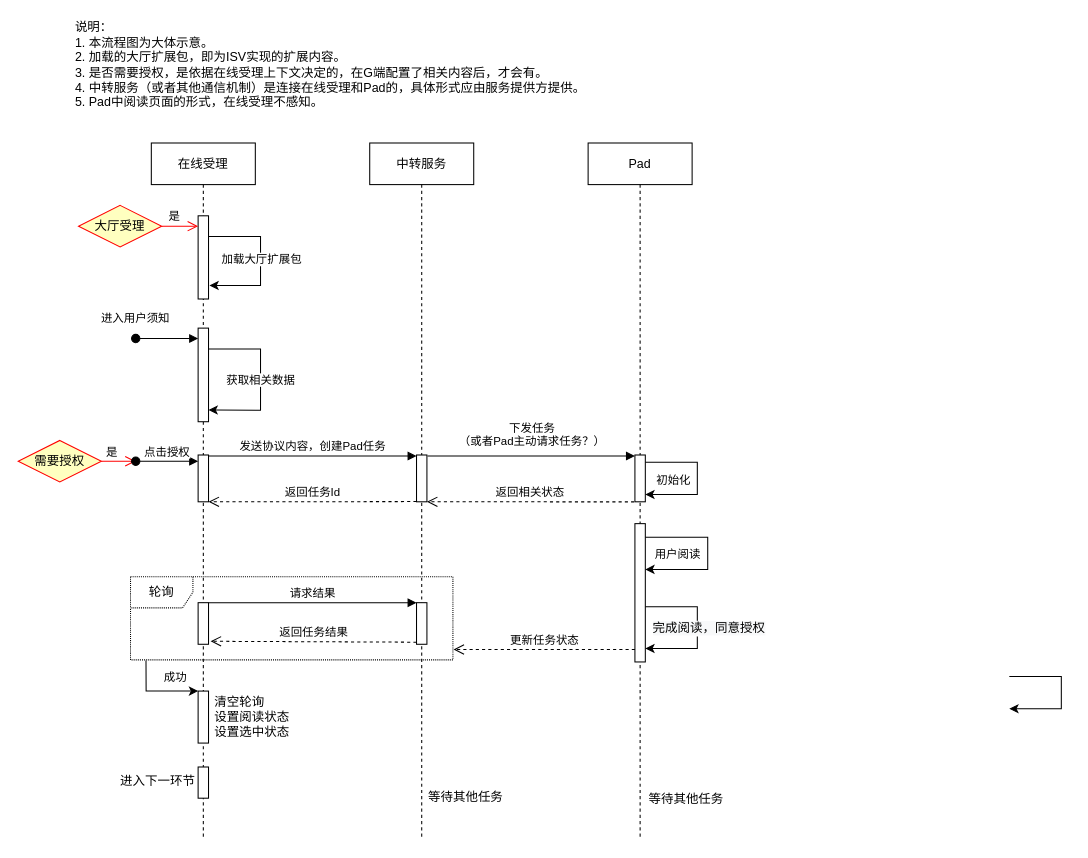
wsy5555621/diagrams keeps this draw.io diagram as sq.drawio. Above is the earlier version. Source tidied: cells renumbered, new cells numbered last; positions are measured from the earlier drawing's top-left corner, leaving out a move shared by most shapes. Both pictures are drawn from the tidied source at 104%, with x=0, y=0 at pixel (18, 18).
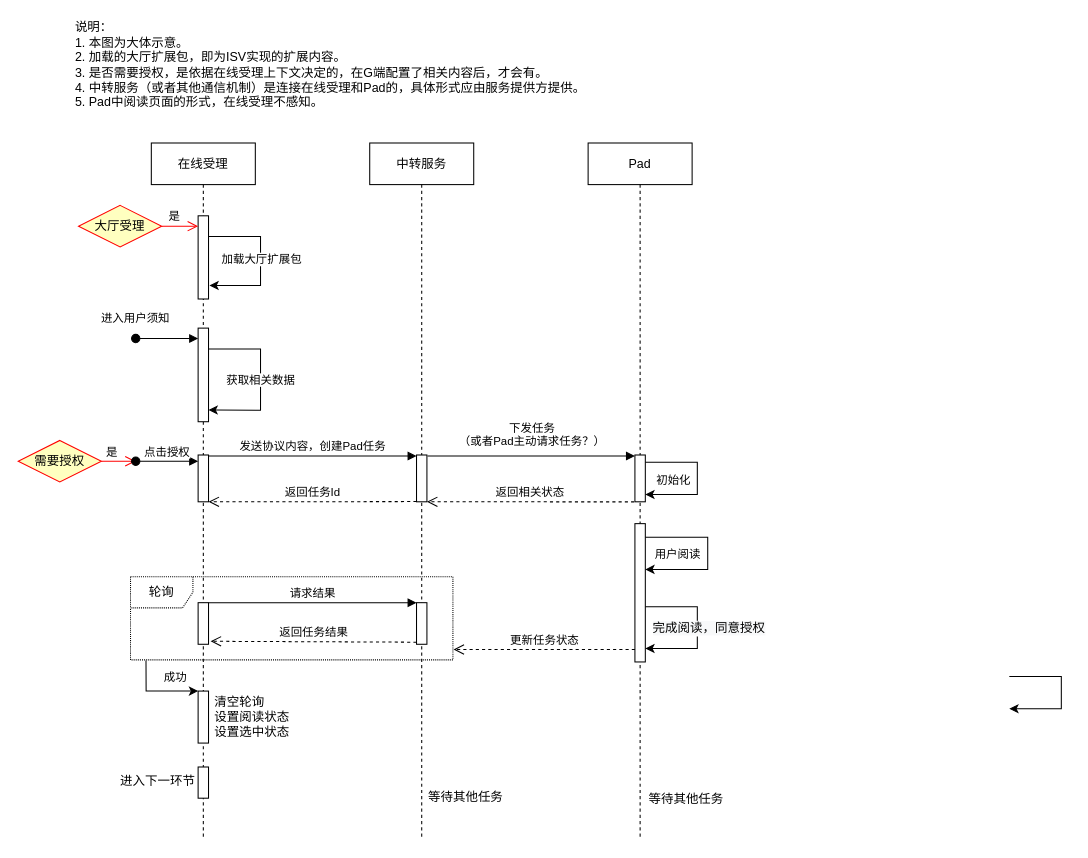
The same diagram, later.

Change to the diagram source:
```diff
@@
-    <mxCell id="45" value="说明：&lt;br&gt;1. 本流程图为大体示意。&lt;br&gt;2. 加载的大厅扩展包，即为ISV实现的扩展内容。&lt;br&gt;3. 是否需要授权，是依据在线受理上下文决定的，在G端配置了相关内容后，才会有。&lt;br&gt;4. 中转服务（或者其他通信机制）是连接在线受理和Pad的，具体形式应由服务提供方提供。&lt;br&gt;5. Pad中阅读页面的形式，在线受理不感知。" style="text;html=1;align=left;verticalAlign=middle;strokeColor=none;fillColor=none;" parent="1" vertex="1">
-      <mxGeometry x="53" width="510" height="90" as="geometry" />
+    <mxCell id="45" value="说明：&lt;br&gt;1. 本图为大体示意。&lt;br&gt;2. 加载的大厅扩展包，即为ISV实现的扩展内容。&lt;br&gt;3. 是否需要授权，是依据在线受理上下文决定的，在G端配置了相关内容后，才会有。&lt;br&gt;4. 中转服务（或者其他通信机制）是连接在线受理和Pad的，具体形式应由服务提供方提供。&lt;br&gt;5. Pad中阅读页面的形式，在线受理不感知。" style="text;html=1;align=left;verticalAlign=middle;strokeColor=none;fillColor=none;" parent="1" vertex="1">
+      <mxGeometry x="53" y="1" width="501" height="88" as="geometry" />
     </mxCell>
```
